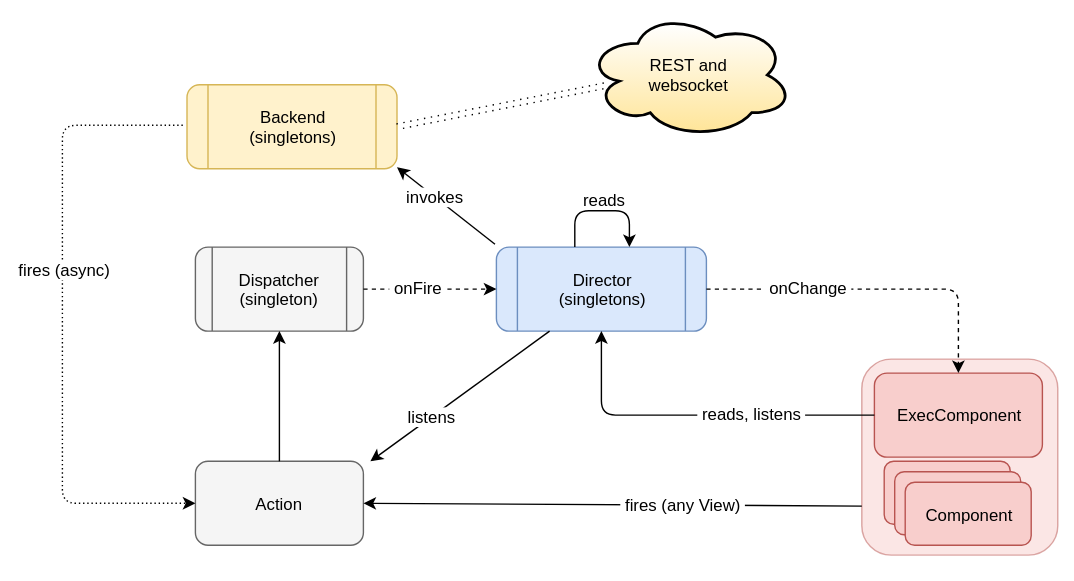
Before: docs/diagram.svg, a diagram exported from draw.io (sceutre/flux-ux). Source tidied: cells renumbered, new cells last; positions are measured from the earlier drawing's top-left corner, leaving out a move shared by most shapes.
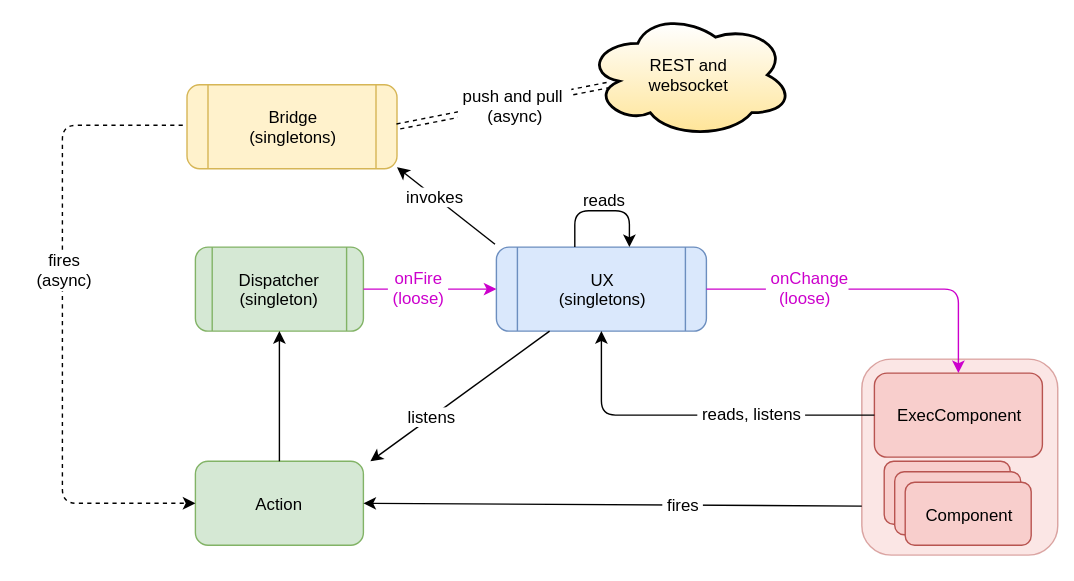
After the change.

The edit, as a diff of the source:
```diff
@@ -23,17 +23,17 @@
     <mxCell id="8" value="Component" style="rounded=1;whiteSpace=wrap;html=1;fillColor=#f8cecc;strokeColor=#b85450;" parent="5" vertex="1">
       <mxGeometry x="30" y="30" width="90" height="45" as="geometry" />
     </mxCell>
-    <mxCell id="9" value="Director&lt;div&gt;(singletons)&lt;/div&gt;" style="shape=process;whiteSpace=wrap;html=1;rounded=1;fillColor=#dae8fc;strokeColor=#6c8ebf;" parent="1" vertex="1">
+    <mxCell id="9" value="UX&lt;div&gt;(singletons)&lt;/div&gt;" style="shape=process;whiteSpace=wrap;html=1;rounded=1;fillColor=#dae8fc;strokeColor=#6c8ebf;" parent="1" vertex="1">
       <mxGeometry x="352" y="174" width="150" height="60" as="geometry" />
     </mxCell>
-    <mxCell id="10" style="endArrow=classic;html=1;exitX=1;exitY=0.5;entryX=0.5;entryY=0;dashed=1;" parent="1" edge="1" source="9" target="4">
+    <mxCell id="10" style="endArrow=classic;html=1;exitX=1;exitY=0.5;entryX=0.5;entryY=0;strokeColor=#CC00CC;" parent="1" edge="1" source="9" target="4">
       <mxGeometry relative="1" as="geometry">
         <Array as="points">
           <mxPoint x="682" y="204" />
         </Array>
       </mxGeometry>
     </mxCell>
-    <mxCell id="11" value="&amp;nbsp;onChange&amp;nbsp;" style="text;html=1;align=center;verticalAlign=middle;labelBackgroundColor=#ffffff;" parent="10" vertex="1">
+    <mxCell id="11" value="&amp;nbsp;onChange&lt;div&gt;(loose)&amp;nbsp;&lt;/div&gt;" style="text;html=1;align=center;verticalAlign=middle;labelBackgroundColor=#ffffff;fontColor=#CC00CC;" parent="10" vertex="1">
       <mxGeometry x="-0.4" y="1" relative="1" as="geometry">
         <mxPoint y="-1" as="offset" />
       </mxGeometry>
@@ -50,16 +50,16 @@
         <mxPoint y="-3" as="offset" />
       </mxGeometry>
     </mxCell>
-    <mxCell id="14" value="Backend&lt;div&gt;(singletons)&lt;/div&gt;" style="shape=process;whiteSpace=wrap;html=1;rounded=1;strokeColor=#d6b656;fillColor=#fff2cc;glass=0;" parent="1" vertex="1">
+    <mxCell id="14" value="Bridge&lt;div&gt;(singletons)&lt;/div&gt;" style="shape=process;whiteSpace=wrap;html=1;rounded=1;strokeColor=#d6b656;fillColor=#fff2cc;glass=0;" parent="1" vertex="1">
       <mxGeometry x="131" y="58" width="150" height="60" as="geometry" />
     </mxCell>
-    <mxCell id="15" value="Action" style="rounded=1;whiteSpace=wrap;html=1;strokeColor=#666666;fillColor=#f5f5f5;" parent="1" vertex="1">
+    <mxCell id="15" value="Action" style="rounded=1;whiteSpace=wrap;html=1;strokeColor=#82b366;fillColor=#d5e8d4;" parent="1" vertex="1">
       <mxGeometry x="137" y="327" width="120" height="60" as="geometry" />
     </mxCell>
     <mxCell id="16" style="endArrow=classic;html=1;exitX=0;exitY=0.75;entryX=1;entryY=0.5;" parent="1" edge="1" source="3" target="15">
       <mxGeometry relative="1" as="geometry" />
     </mxCell>
-    <mxCell id="17" value="&amp;nbsp;fires (any View)&amp;nbsp;" style="text;html=1;align=center;verticalAlign=middle;labelBackgroundColor=#ffffff;" parent="16" vertex="1">
+    <mxCell id="17" value="&amp;nbsp;fires&amp;nbsp;" style="text;html=1;align=center;verticalAlign=middle;labelBackgroundColor=#ffffff;" parent="16" vertex="1">
       <mxGeometry x="0.05" y="-2" relative="1" as="geometry">
         <mxPoint x="59" y="2" as="offset" />
       </mxGeometry>
@@ -77,7 +77,7 @@
         <mxPoint x="-6" as="offset" />
       </mxGeometry>
     </mxCell>
-    <mxCell id="21" value="Dispatcher&lt;div&gt;(singleton)&lt;/div&gt;" style="shape=process;whiteSpace=wrap;html=1;rounded=1;glass=0;strokeColor=#666666;fillColor=#f5f5f5;" parent="1" vertex="1">
+    <mxCell id="21" value="Dispatcher&lt;div&gt;(singleton)&lt;/div&gt;" style="shape=process;whiteSpace=wrap;html=1;rounded=1;glass=0;strokeColor=#82b366;fillColor=#d5e8d4;" parent="1" vertex="1">
       <mxGeometry x="137" y="174" width="120" height="60" as="geometry" />
     </mxCell>
     <mxCell id="22" style="endArrow=classic;html=1;exitX=0.5;exitY=0;entryX=0.5;entryY=1;" parent="1" edge="1" source="15" target="21">
@@ -91,7 +91,7 @@
     <mxCell id="24" value="invokes" style="text;html=1;align=center;verticalAlign=middle;labelBackgroundColor=#ffffff;" parent="23" vertex="1">
       <mxGeometry x="0.25" y="-1" relative="1" as="geometry" />
     </mxCell>
-    <mxCell id="25" style="edgeStyle=elbowEdgeStyle;elbow=horizontal;endArrow=classic;html=1;entryX=0;entryY=0.5;dashed=1;dashPattern=1 2;" parent="1" edge="1" target="15">
+    <mxCell id="25" style="edgeStyle=elbowEdgeStyle;elbow=horizontal;endArrow=classic;html=1;entryX=0;entryY=0.5;dashed=1;" parent="1" edge="1" target="15">
       <mxGeometry relative="1" as="geometry">
         <mxPoint x="128" y="87" as="sourcePoint" />
         <Array as="points">
@@ -99,13 +99,13 @@
         </Array>
       </mxGeometry>
     </mxCell>
-    <mxCell id="26" value="fires (async)" style="text;html=1;align=center;verticalAlign=middle;labelBackgroundColor=#ffffff;" parent="25" vertex="1">
+    <mxCell id="26" value="fires&lt;div&gt;(async)&lt;/div&gt;" style="text;html=1;align=center;verticalAlign=middle;labelBackgroundColor=#ffffff;" parent="25" vertex="1">
       <mxGeometry x="-0.17" y="1" relative="1" as="geometry" />
     </mxCell>
-    <mxCell id="27" style="endArrow=classic;html=1;dashed=1;entryX=0;entryY=0.5;exitX=1;exitY=0.5;" parent="1" edge="1" source="21" target="9">
+    <mxCell id="27" style="endArrow=classic;html=1;entryX=0;entryY=0.5;exitX=1;exitY=0.5;strokeColor=#CC00CC;" parent="1" edge="1" source="21" target="9">
       <mxGeometry relative="1" as="geometry" />
     </mxCell>
-    <mxCell id="28" value="&amp;nbsp;onFire&amp;nbsp;" style="text;html=1;align=center;verticalAlign=middle;labelBackgroundColor=#ffffff;" parent="27" vertex="1">
+    <mxCell id="28" value="onFire&lt;div&gt;&amp;nbsp;(loose)&amp;nbsp;&lt;/div&gt;" style="text;html=1;align=center;verticalAlign=middle;labelBackgroundColor=#ffffff;fontColor=#CC00CC;" parent="27" vertex="1">
       <mxGeometry x="-0.41" y="1" relative="1" as="geometry">
         <mxPoint x="11" y="-1" as="offset" />
       </mxGeometry>
@@ -119,9 +119,14 @@
         </Array>
       </mxGeometry>
     </mxCell>
-    <mxCell id="30" style="endArrow=classic;startArrow=classic;html=1;entryX=0.115;entryY=0.578;entryPerimeter=0;dashed=1;dashPattern=1 4;sourcePerimeterSpacing=3;targetPerimeterSpacing=4;strokeWidth=1;rounded=1;shadow=0;shape=link;exitX=1;exitY=0.5;" parent="1" edge="1" source="14" target="18">
+    <mxCell id="30" style="endArrow=classic;startArrow=classic;html=1;entryX=0.115;entryY=0.578;entryPerimeter=0;dashed=1;sourcePerimeterSpacing=3;targetPerimeterSpacing=4;strokeWidth=1;rounded=1;shadow=0;shape=link;exitX=1;exitY=0.5;" parent="1" edge="1" source="14" target="18">
       <mxGeometry relative="1" as="geometry" />
     </mxCell>
+    <mxCell id="32" value="&amp;nbsp;push and pull &amp;nbsp;&lt;div&gt;(async)&lt;/div&gt;" style="text;html=1;align=center;verticalAlign=middle;labelBackgroundColor=#ffffff;" parent="30" vertex="1">
+      <mxGeometry x="0.1" y="-2" relative="1" as="geometry">
+        <mxPoint y="-1" as="offset" />
+      </mxGeometry>
+    </mxCell>
     <mxCell id="31" value="reads&amp;nbsp;" style="text;html=1;strokeColor=none;fillColor=none;align=center;verticalAlign=middle;whiteSpace=wrap;rounded=0;shadow=0;glass=0;comic=0;" parent="1" vertex="1">
       <mxGeometry x="411" y="130" width="40" height="20" as="geometry" />
     </mxCell>
```
